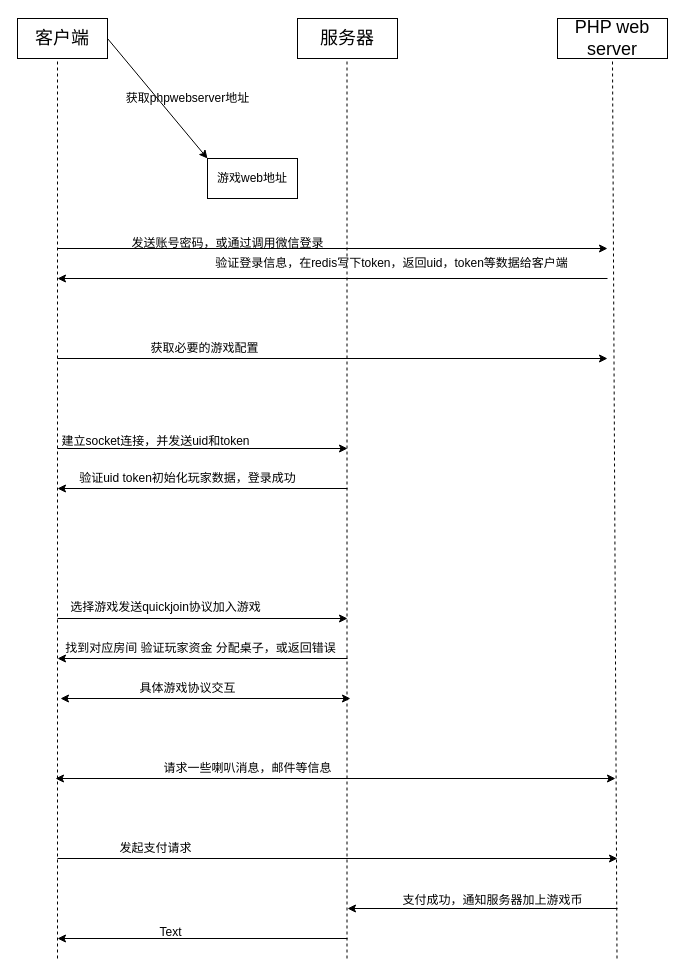
Earlier version of the draw.io diagram Untitled Diagram.drawio (acmercyj/acmercyj.github.io). Source tidied: cells renumbered, new cells numbered last; positions are measured from the earlier drawing's top-left corner, leaving out a move shared by most shapes. Both pictures are drawn from the tidied source at 100%, with x=0, y=0 at pixel (17, 18).
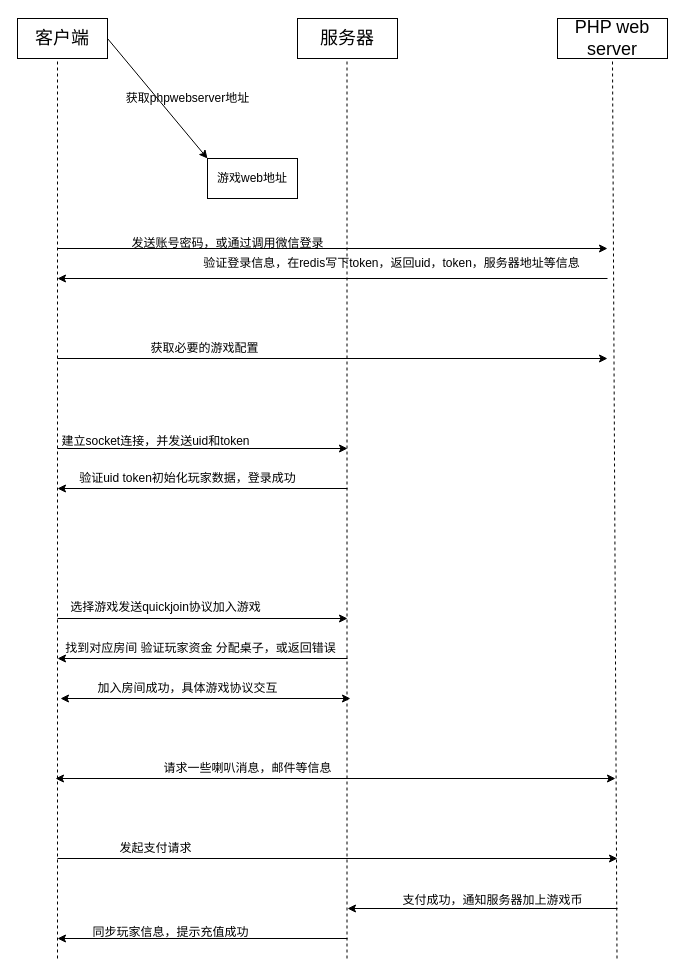
Above is the later version.

The edit, as a diff of the source:
```diff
@@
-    <mxCell id="14" value="验证登录信息，在redis写下token，返回uid，token等数据给客户端" style="text;html=1;align=center;verticalAlign=middle;" parent="1" vertex="1">
-      <mxGeometry x="189" y="235" width="370" height="20" as="geometry" />
+    <mxCell id="14" value="验证登录信息，在redis写下token，返回uid，token，服务器地址等信息" style="text;html=1;align=center;verticalAlign=middle;" parent="1" vertex="1">
+      <mxGeometry x="179" y="235" width="390" height="20" as="geometry" />
     </mxCell>
@@
-    <mxCell id="28" value="具体游戏协议交互" style="text;html=1;align=center;verticalAlign=middle;" parent="1" vertex="1">
-      <mxGeometry x="115" y="660" width="110" height="20" as="geometry" />
+    <mxCell id="28" value="加入房间成功，具体游戏协议交互" style="text;html=1;align=center;verticalAlign=middle;" parent="1" vertex="1">
+      <mxGeometry x="70" y="660" width="200" height="20" as="geometry" />
     </mxCell>
@@
-    <mxCell id="34" value="Text" style="text;html=1;align=center;verticalAlign=middle;" parent="1" vertex="1">
-      <mxGeometry x="133" y="904" width="40" height="20" as="geometry" />
+    <mxCell id="34" value="同步玩家信息，提示充值成功" style="text;html=1;align=center;verticalAlign=middle;" parent="1" vertex="1">
+      <mxGeometry x="68" y="904" width="170" height="20" as="geometry" />
     </mxCell>
```
